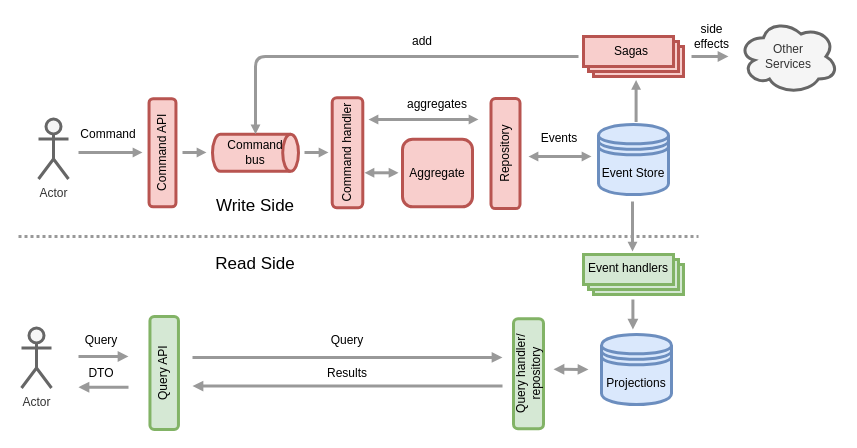
The draw.io diagram page "Page-5" (5 of 5) of misc/CQRS.drawio in albertllousas/simple-cqrs-with-es, before the edit. Source tidied: cells renumbered, new cells numbered last; positions are measured from the earlier drawing's top-left corner, leaving out a move shared by most shapes. Both pictures are drawn from the tidied source at 100%, with x=0, y=0 at pixel (18, 18).
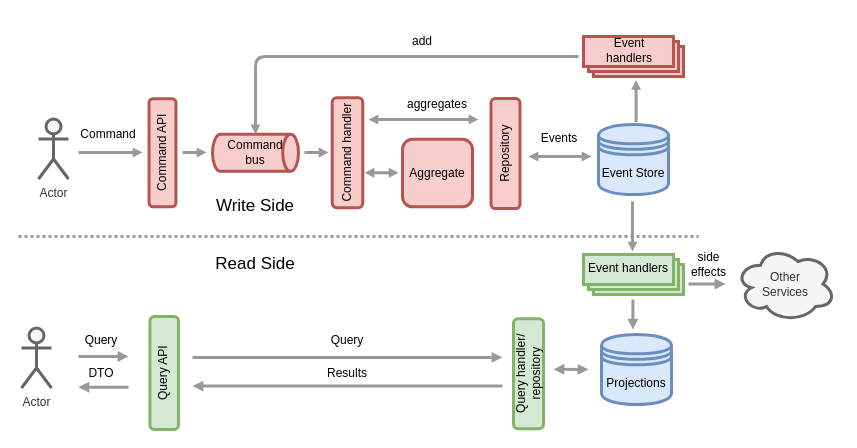
Above is the later version.

Diff of the diagram source:
```diff
@@
-    <mxCell id="18" value="Sagas" style="text;html=1;strokeColor=none;fillColor=none;align=center;verticalAlign=middle;whiteSpace=wrap;rounded=0;" parent="1" vertex="1">
-      <mxGeometry x="593" y="23" width="40" height="20" as="geometry" />
+    <mxCell id="18" value="Event handlers" style="text;html=1;strokeColor=none;fillColor=none;align=center;verticalAlign=middle;whiteSpace=wrap;rounded=0;" parent="1" vertex="1">
+      <mxGeometry x="591" y="22" width="40" height="20" as="geometry" />
     </mxCell>
@@
     <mxCell id="20" value="Other&lt;br&gt;Services" style="ellipse;shape=cloud;whiteSpace=wrap;html=1;strokeWidth=3;fillColor=#f5f5f5;strokeColor=#666666;fontColor=#333333;" parent="1" vertex="1">
-      <mxGeometry x="720" y="0.5" width="100" height="75" as="geometry" />
+      <mxGeometry x="717" y="228" width="100" height="75" as="geometry" />
     </mxCell>
@@
     <mxCell id="41" value="side &lt;br&gt;effects" style="text;html=1;align=center;verticalAlign=middle;" parent="1" vertex="1">
-      <mxGeometry x="668" y="3" width="50" height="30" as="geometry" />
+      <mxGeometry x="665" y="230.5" width="50" height="30" as="geometry" />
     </mxCell>
     <mxCell id="42" style="endArrow=block;html=1;endFill=1;strokeWidth=3;strokeColor=#999999;startSize=3;endSize=3;" parent="1" edge="1">
       <mxGeometry relative="1" as="geometry">
-        <mxPoint x="673" y="38" as="sourcePoint" />
-        <mxPoint x="710" y="38" as="targetPoint" />
+        <mxPoint x="670" y="265.5" as="sourcePoint" />
+        <mxPoint x="707" y="265.5" as="targetPoint" />
       </mxGeometry>
     </mxCell>
```
